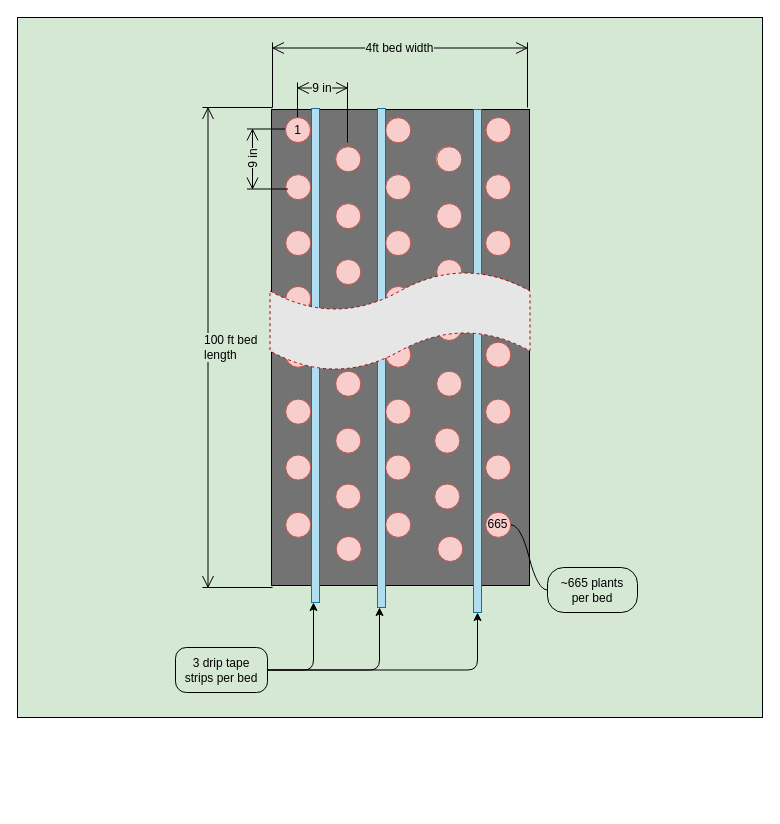
The draw.io diagram page "plant spacing" (2 of 4) of docs/spring2020/spring-2020.drawio in ohiobarn/flowerfarm, before the edit. Source tidied: cells renumbered, new cells numbered last; positions are measured from the earlier drawing's top-left corner, leaving out a move shared by most shapes. Both pictures are drawn from the tidied source at 100%, with x=0, y=0 at pixel (17, 17).
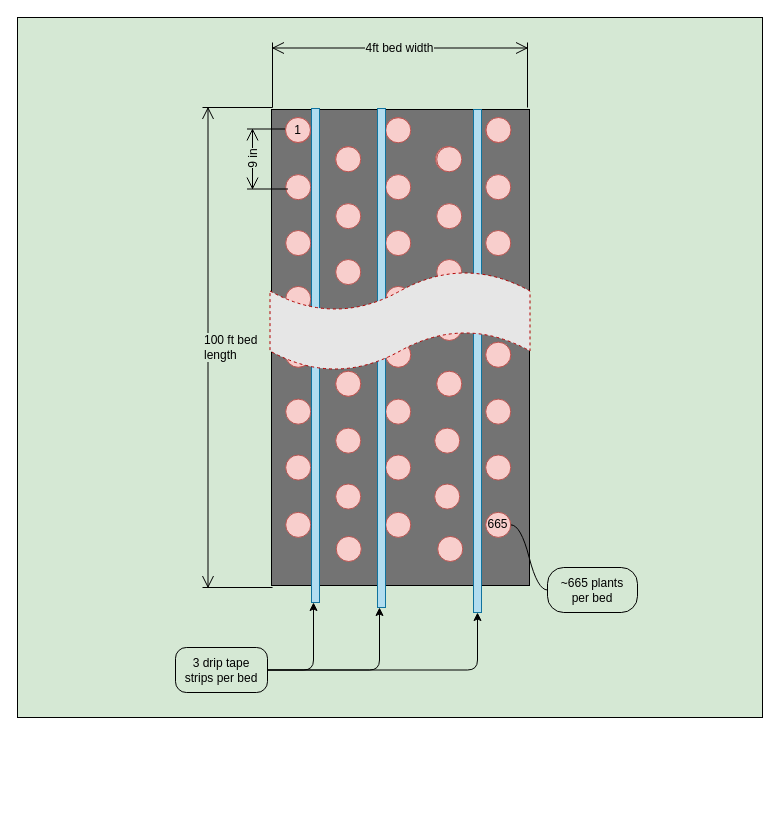
The same diagram, later.

Change to the diagram source:
```diff
@@
-    <mxCell id="32" value="9 in" style="shape=dimension;direction=west;whiteSpace=wrap;html=1;align=center;verticalAlign=top;spacingTop=-8;labelBackgroundColor=#D5E8D4;fillColor=#737373;" parent="1" vertex="1">
-      <mxGeometry x="280" y="65" width="50" height="60" as="geometry" />
-    </mxCell>
```
